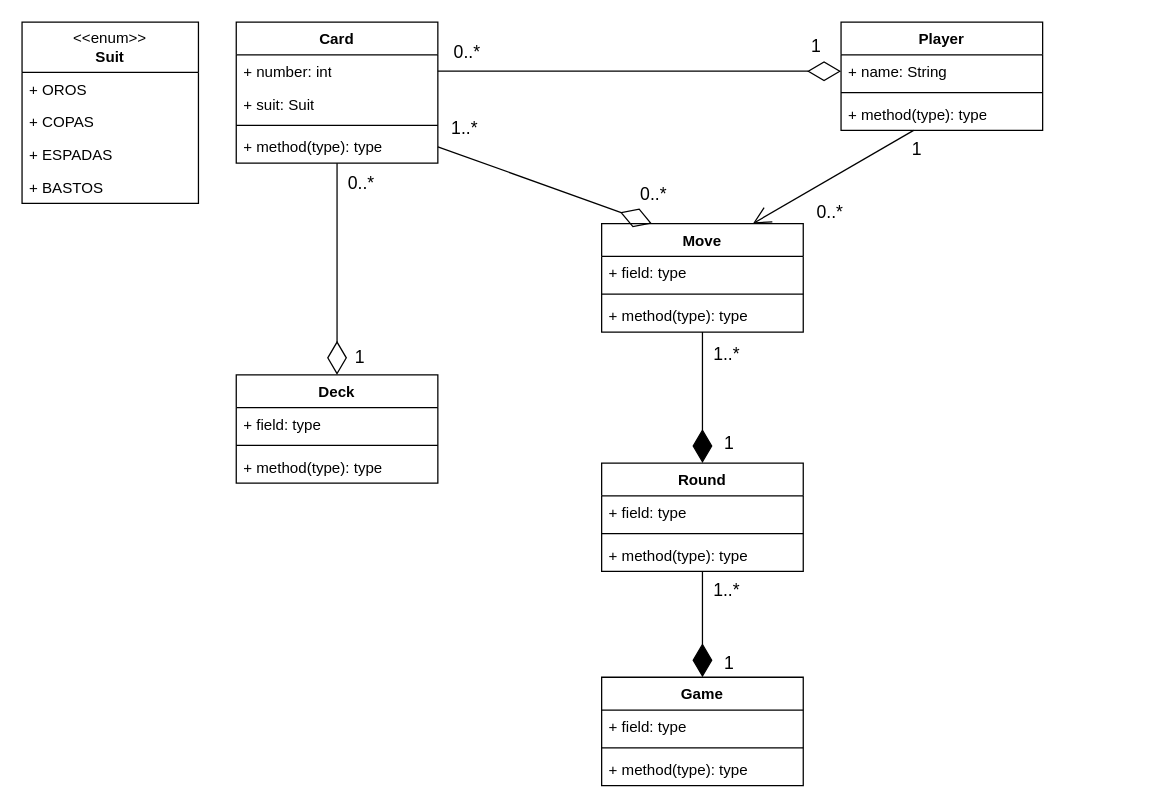
Earlier version of the draw.io diagram diagrams/model design.drawio (daniirivv/juego-de-cartas). Source tidied: cells renumbered, new cells numbered last; positions are measured from the earlier drawing's top-left corner, leaving out a move shared by most shapes. Both pictures are drawn from the tidied source at 126%, with x=0, y=0 at pixel (21, 21).
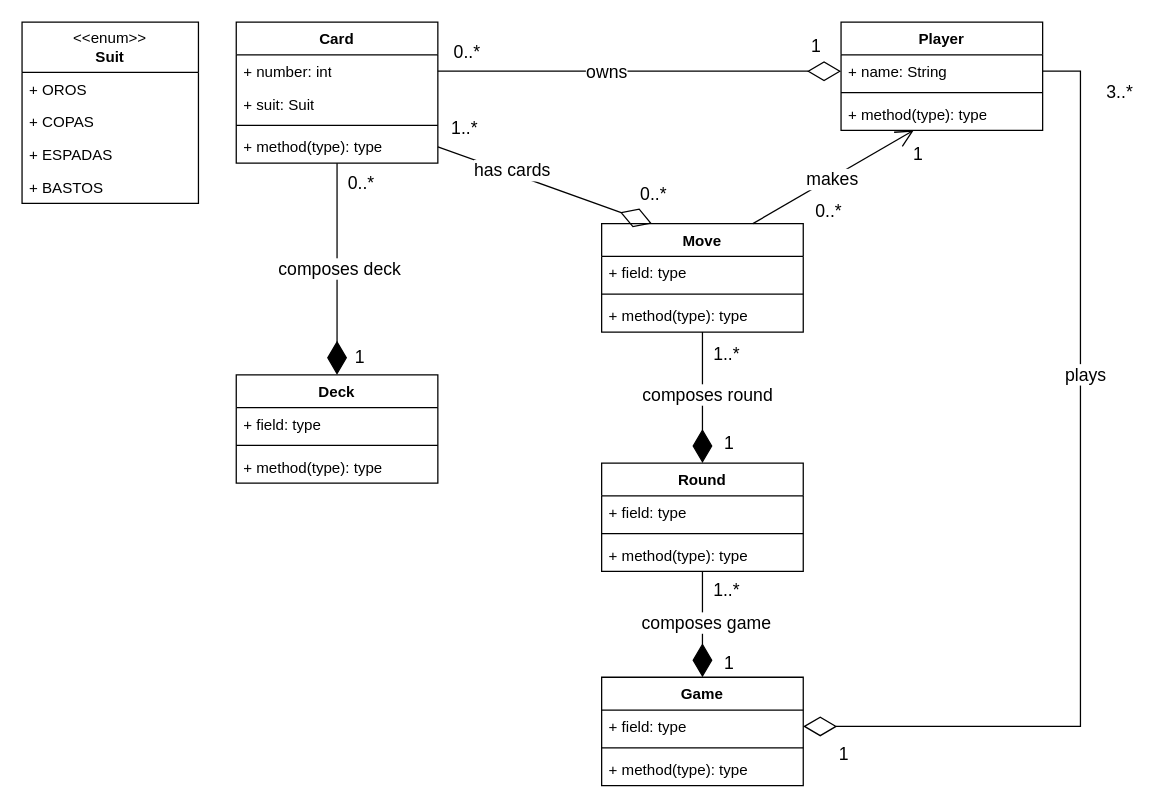
The same page after the edit.

Commit message (it also covers changes not shown here):
updated diagrams with relationship names

Unchanged cells that the change refers to:
```xml
<mxCell id="6" value="+ method(type): type" style="text;strokeColor=none;fillColor=none;align=left;verticalAlign=top;spacingLeft=4;spacingRight=4;overflow=hidden;points=[[0,0.5],[1,0.5]];portConstraint=eastwest;whiteSpace=wrap;html=1;" parent="2" vertex="1">
  <mxGeometry y="86" width="160" height="26" as="geometry" />
</mxCell>
<mxCell id="8" value="+ name: String" style="text;strokeColor=none;fillColor=none;align=left;verticalAlign=top;spacingLeft=4;spacingRight=4;overflow=hidden;points=[[0,0.5],[1,0.5]];portConstraint=eastwest;whiteSpace=wrap;html=1;" parent="7" vertex="1">
  <mxGeometry y="26" width="160" height="26" as="geometry" />
</mxCell>
<mxCell id="10" value="+ method(type): type" style="text;strokeColor=none;fillColor=none;align=left;verticalAlign=top;spacingLeft=4;spacingRight=4;overflow=hidden;points=[[0,0.5],[1,0.5]];portConstraint=eastwest;whiteSpace=wrap;html=1;" parent="7" vertex="1">
  <mxGeometry y="60" width="160" height="26" as="geometry" />
</mxCell>
<mxCell id="11" style="endArrow=diamondThin;endFill=0;endSize=24;html=1;rounded=0;exitX=1;exitY=0.5;exitDx=0;exitDy=0;" parent="1" edge="1" source="3" target="8">
  <mxGeometry relative="1" as="geometry" />
</mxCell>
<mxCell id="14" value="Deck" style="swimlane;fontStyle=1;align=center;verticalAlign=top;horizontal=1;startSize=26;whiteSpace=wrap;html=1;" parent="1" vertex="1">
  <mxGeometry x="170" y="280" width="160" height="86" as="geometry" />
</mxCell>
<mxCell id="21" value="Move" style="swimlane;fontStyle=1;align=center;verticalAlign=top;horizontal=1;startSize=26;whiteSpace=wrap;html=1;" parent="1" vertex="1">
  <mxGeometry x="460" y="160" width="160" height="86" as="geometry" />
</mxCell>
<mxCell id="25" style="endArrow=diamondThin;endFill=0;endSize=24;html=1;rounded=0;entryX=0.25;entryY=0;entryDx=0;entryDy=0;exitX=1;exitY=0.5;exitDx=0;exitDy=0;" parent="1" edge="1" source="6" target="21">
  <mxGeometry relative="1" as="geometry" />
</mxCell>
<mxCell id="32" style="endArrow=diamondThin;endFill=1;endSize=24;html=1;rounded=0;entryX=0.5;entryY=0;entryDx=0;entryDy=0;" parent="1" edge="1" source="24" target="28">
  <mxGeometry relative="1" as="geometry" />
</mxCell>
<mxCell id="36" value="+ field: type" style="text;strokeColor=none;fillColor=none;align=left;verticalAlign=top;spacingLeft=4;spacingRight=4;overflow=hidden;points=[[0,0.5],[1,0.5]];portConstraint=eastwest;whiteSpace=wrap;html=1;" parent="35" vertex="1">
  <mxGeometry y="26" width="160" height="26" as="geometry" />
</mxCell>
<mxCell id="39" style="endArrow=diamondThin;endFill=1;endSize=24;html=1;rounded=0;entryX=0.5;entryY=0;entryDx=0;entryDy=0;" parent="1" edge="1" source="31" target="35">
  <mxGeometry relative="1" as="geometry" />
</mxCell>
```

Diff of the diagram source:
```diff
@@
+    <mxCell id="50" value="owns" style="edgeLabel;html=1;align=center;verticalAlign=middle;fontSize=14;" parent="11" vertex="1">
+      <mxGeometry x="-0.17" relative="1" as="geometry" />
+    </mxCell>
@@
-    <mxCell id="18" style="endArrow=diamondThin;endFill=0;endSize=24;html=1;rounded=0;entryX=0.5;entryY=0;entryDx=0;entryDy=0;" parent="1" edge="1" source="6" target="14">
+    <mxCell id="18" style="endArrow=diamondThin;endFill=1;endSize=24;html=1;rounded=0;entryX=0.5;entryY=0;entryDx=0;entryDy=0;" parent="1" edge="1" source="6" target="14">
       <mxGeometry relative="1" as="geometry" />
     </mxCell>
@@
+    <mxCell id="51" value="composes deck" style="edgeLabel;html=1;align=center;verticalAlign=middle;fontSize=14;" parent="18" vertex="1">
+      <mxGeometry x="-0.01" y="1" relative="1" as="geometry" />
+    </mxCell>
@@
+    <mxCell id="52" value="has cards" style="edgeLabel;html=1;align=center;verticalAlign=middle;fontSize=14;" parent="25" vertex="1">
+      <mxGeometry x="-0.32" y="2" relative="1" as="geometry" />
+    </mxCell>
@@
+    <mxCell id="53" value="composes round" style="edgeLabel;html=1;align=center;verticalAlign=middle;fontSize=14;" parent="32" vertex="1">
+      <mxGeometry x="-0.05" y="3" relative="1" as="geometry" />
+    </mxCell>
@@
+    <mxCell id="54" value="composes game" style="edgeLabel;html=1;align=center;verticalAlign=middle;fontSize=14;" parent="39" vertex="1">
+      <mxGeometry x="-0.04" y="2" relative="1" as="geometry" />
+    </mxCell>
@@
-    <mxCell id="47" style="endArrow=open;endFill=1;endSize=12;html=1;rounded=0;entryX=0.75;entryY=0;entryDx=0;entryDy=0;" parent="1" edge="1" source="10" target="21">
-      <mxGeometry relative="1" as="geometry" />
-    </mxCell>
+    <mxCell id="55" style="endArrow=open;endFill=1;endSize=12;html=1;rounded=0;exitX=0.75;exitY=0;exitDx=0;exitDy=0;" parent="1" edge="1" source="21" target="10">
+      <mxGeometry relative="1" as="geometry" />
+    </mxCell>
+    <mxCell id="56" value="1" style="edgeLabel;html=1;align=center;verticalAlign=middle;fontSize=14;" parent="55" vertex="1">
+      <mxGeometry x="0.7" y="2" relative="1" as="geometry">
+        <mxPoint x="23" y="9" as="offset" />
+      </mxGeometry>
+    </mxCell>
-    <mxCell id="48" value="0..*" style="edgeLabel;html=1;align=center;verticalAlign=middle;fontSize=14;" parent="47" vertex="1">
-      <mxGeometry x="-0.63" y="2" relative="1" as="geometry">
-        <mxPoint x="-45" y="49" as="offset" />
+    <mxCell id="48" value="0..*" style="edgeLabel;html=1;align=center;verticalAlign=middle;fontSize=14;" parent="55" vertex="1">
+      <mxGeometry x="-0.54" y="-3" relative="1" as="geometry">
+        <mxPoint x="29" y="4" as="offset" />
       </mxGeometry>
     </mxCell>
-    <mxCell id="49" value="1" style="edgeLabel;html=1;align=center;verticalAlign=middle;fontSize=14;" parent="47" vertex="1">
-      <mxGeometry x="0.69" y="1" relative="1" as="geometry">
-        <mxPoint x="110" y="-49" as="offset" />
-      </mxGeometry>
-    </mxCell>
+    <mxCell id="57" value="makes" style="edgeLabel;html=1;align=center;verticalAlign=middle;fontSize=14;" parent="55" vertex="1">
+      <mxGeometry x="-0.03" y="-1" relative="1" as="geometry" />
+    </mxCell>
+    <mxCell id="58" style="endArrow=diamondThin;endFill=0;endSize=24;html=1;rounded=0;entryX=1;entryY=0.5;entryDx=0;entryDy=0;edgeStyle=elbowEdgeStyle;" parent="1" edge="1" source="8" target="36">
+      <mxGeometry relative="1" as="geometry">
+        <Array as="points">
+          <mxPoint x="840" y="270" />
+          <mxPoint x="900" y="310" />
+        </Array>
+      </mxGeometry>
+    </mxCell>
+    <mxCell id="59" value="3..*" style="edgeLabel;html=1;align=center;verticalAlign=middle;fontSize=14;" parent="58" vertex="1">
+      <mxGeometry x="-0.83" y="3" relative="1" as="geometry">
+        <mxPoint x="27" y="-19" as="offset" />
+      </mxGeometry>
+    </mxCell>
+    <mxCell id="60" value="1" style="edgeLabel;html=1;align=center;verticalAlign=middle;fontSize=14;" parent="58" vertex="1">
+      <mxGeometry x="0.92" relative="1" as="geometry">
+        <mxPoint y="21" as="offset" />
+      </mxGeometry>
+    </mxCell>
+    <mxCell id="61" value="plays" style="edgeLabel;html=1;align=center;verticalAlign=middle;fontSize=14;" parent="58" vertex="1">
+      <mxGeometry x="-0.3" y="3" relative="1" as="geometry" />
+    </mxCell>
```
